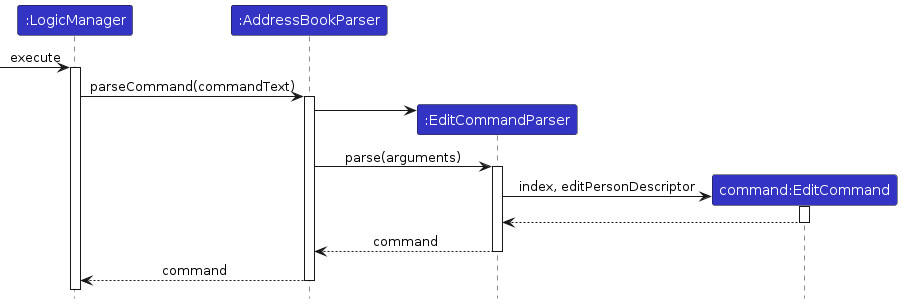
The PlantUML diagram diagrams/tracing/LogicSequenceDiagram.png in benson1029/tp, before a commit. Its source is kept beside it as diagrams/tracing/LogicSequenceDiagram.puml. The source it was exported from:
```plantuml
@startuml
!include ../style.puml
skinparam ArrowFontStyle plain

Participant ":LogicManager" as logic LOGIC_COLOR
Participant ":AddressBookParser" as abp LOGIC_COLOR
Participant ":EditCommandParser" as ecp LOGIC_COLOR
Participant "command:EditCommand" as ec LOGIC_COLOR

[-> logic : execute
activate logic
logic -> abp ++: parseCommand(commandText)
create ecp
abp -> ecp
abp -> ecp ++: parse(arguments)
create ec
ecp -> ec ++: index, editPersonDescriptor
ec --> ecp --
ecp --> abp --: command
abp --> logic --: command

@enduml
```
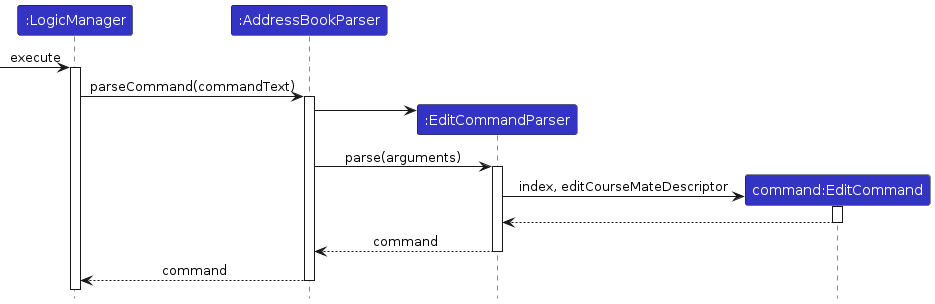
After the change.

Diff of the diagram source:
```diff
@@ -14,7 +14,7 @@
 abp -> ecp
 abp -> ecp ++: parse(arguments)
 create ec
-ecp -> ec ++: index, editPersonDescriptor
+ecp -> ec ++: index, editCourseMateDescriptor
 ec --> ecp --
 ecp --> abp --: command
 abp --> logic --: command
```
